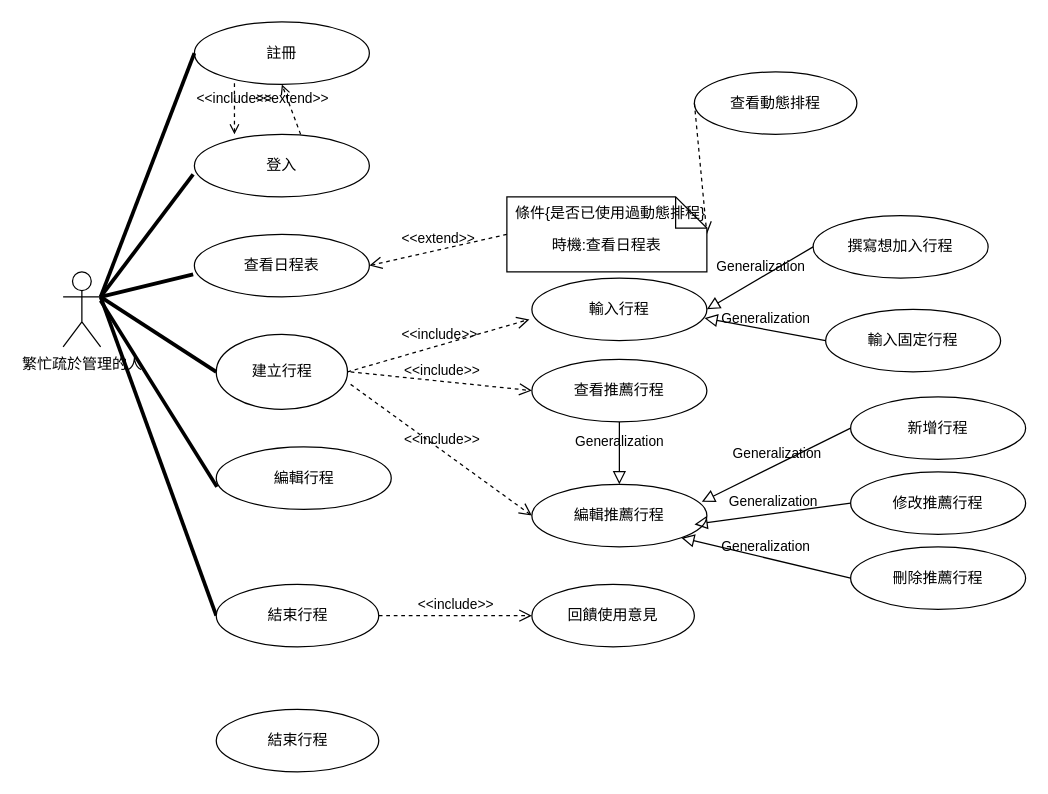
Before: 使用個案圖.drawio in Kevincheng0804/Graduation-Topic, a draw.io diagram. Source tidied: cells renumbered, new cells numbered last; positions are measured from the earlier drawing's top-left corner, leaving out a move shared by most shapes. Both pictures are drawn from the tidied source at 125%, with x=0, y=0 at pixel (62, 21).
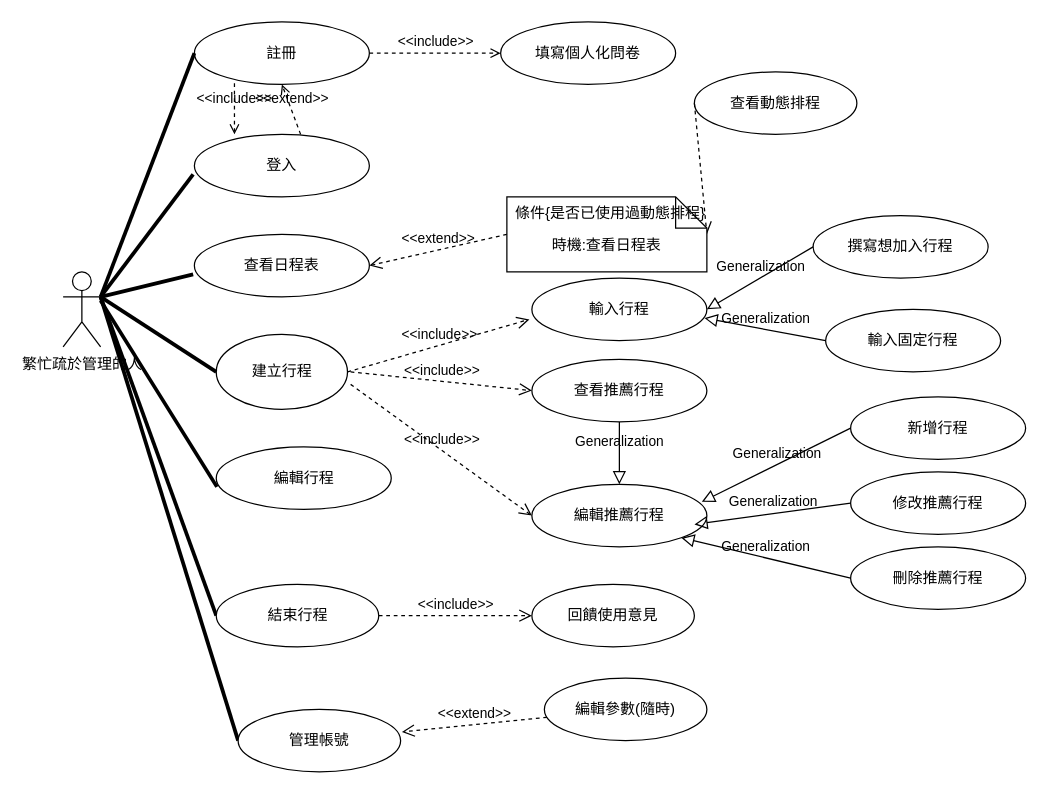
Above is the later version.

Commit message:
新增管理帳號

Unchanged cells that the change refers to:
```xml
<mxCell id="5" value="註冊" style="ellipse;html=1;whiteSpace=wrap;" parent="1" vertex="1">
  <mxGeometry x="105" width="140" height="50" as="geometry" />
</mxCell>
```

Diff of the diagram source:
```diff
@@
-    <mxCell id="47" value="結束行程" style="ellipse;html=1;whiteSpace=wrap;" parent="1" vertex="1">
-      <mxGeometry x="122.5" y="550" width="130" height="50" as="geometry" />
+    <mxCell id="47" value="編輯參數(隨時)" style="ellipse;html=1;whiteSpace=wrap;" parent="1" vertex="1">
+      <mxGeometry x="385" y="525" width="130" height="50" as="geometry" />
     </mxCell>
+    <mxCell id="48" style="endArrow=none;startArrow=none;endFill=0;startFill=0;endSize=8;html=1;verticalAlign=bottom;labelBackgroundColor=none;strokeWidth=3;rounded=0;entryX=0;entryY=0.5;entryDx=0;entryDy=0;" parent="1" edge="1" target="51">
+      <mxGeometry relative="1" as="geometry">
+        <mxPoint x="30" y="220" as="sourcePoint" />
+      </mxGeometry>
+    </mxCell>
+    <mxCell id="49" value="填寫個人化問卷" style="ellipse;html=1;whiteSpace=wrap;" parent="1" vertex="1">
+      <mxGeometry x="350" width="140" height="50" as="geometry" />
+    </mxCell>
+    <mxCell id="50" value="&amp;lt;&amp;lt;include&amp;gt;&amp;gt;" style="html=1;verticalAlign=bottom;labelBackgroundColor=none;endArrow=open;endFill=0;dashed=1;exitX=1;exitY=0.5;exitDx=0;exitDy=0;entryX=0;entryY=0.5;entryDx=0;entryDy=0;" parent="1" edge="1" source="5" target="49">
+      <mxGeometry relative="1" as="geometry" />
+    </mxCell>
+    <mxCell id="51" value="管理帳號" style="ellipse;html=1;whiteSpace=wrap;" parent="1" vertex="1">
+      <mxGeometry x="140" y="550" width="130" height="50" as="geometry" />
+    </mxCell>
+    <mxCell id="52" value="&amp;lt;&amp;lt;extend&amp;gt;&amp;gt;" style="endArrow=open;startArrow=none;endFill=0;startFill=0;endSize=8;html=1;verticalAlign=bottom;dashed=1;labelBackgroundColor=none;rounded=0;entryX=1.008;entryY=0.36;entryDx=0;entryDy=0;entryPerimeter=0;" parent="1" edge="1" source="47" target="51">
+      <mxGeometry relative="1" as="geometry" />
+    </mxCell>
```
